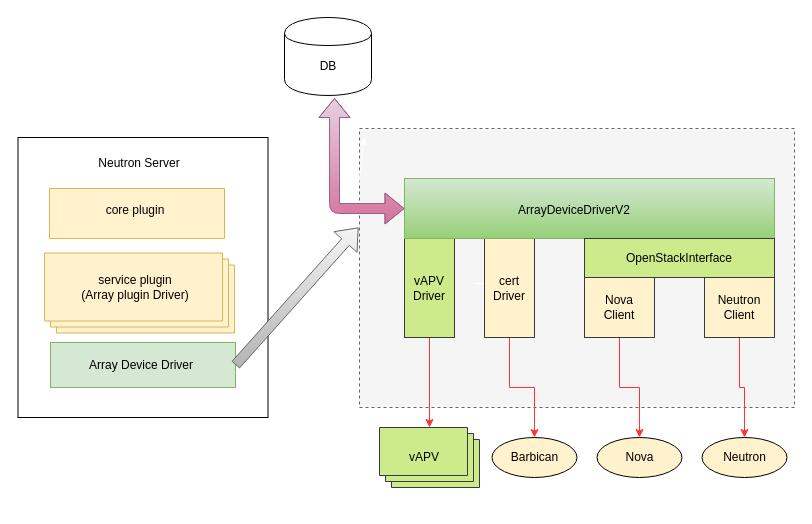
The draw.io diagram array_design.drawio in jarod-w/fordraw.io, before the edit. Source tidied: cells renumbered, new cells numbered last; positions are measured from the earlier drawing's top-left corner, leaving out a move shared by most shapes. Both pictures are drawn from the tidied source at 100%, with x=0, y=0 at pixel (18, 17).
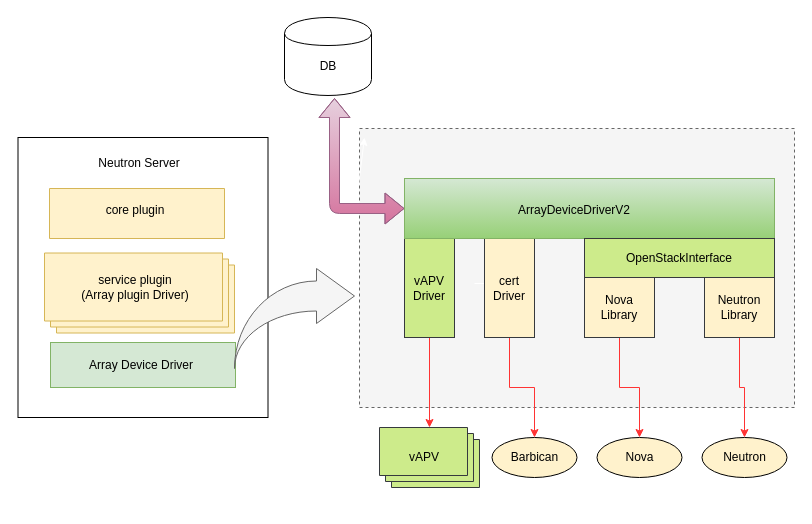
The same diagram, later.

Commit message:
Update array_design.drawio following jz's suggestion

The change refers to these unchanged cells:
```xml
<mxCell id="8" style="rounded=0;whiteSpace=wrap;html=1;fillColor=#d5e8d4;strokeColor=#82b366;" parent="1" vertex="1">
  <mxGeometry x="32" y="325" width="185" height="45" as="geometry" />
</mxCell>
```

The edit, as a diff of the source:
```diff
@@
-    <mxCell id="24" value="Nova&lt;br&gt;Client&lt;br&gt;" style="rounded=0;whiteSpace=wrap;html=1;fillColor=#FFF2CC;strokeColor=#36393d;" parent="1" vertex="1">
+    <mxCell id="24" value="Nova&lt;br&gt;Library&lt;br&gt;" style="rounded=0;whiteSpace=wrap;html=1;fillColor=#FFF2CC;strokeColor=#36393d;" parent="1" vertex="1">
       <mxGeometry x="566" y="260" width="70" height="60" as="geometry" />
     </mxCell>
@@
-    <mxCell id="26" value="Neutron&lt;br&gt;Client&lt;br&gt;" style="rounded=0;whiteSpace=wrap;html=1;fillColor=#FFF2CC;strokeColor=#36393d;" parent="1" vertex="1">
+    <mxCell id="26" value="Neutron&lt;br&gt;Library&lt;br&gt;" style="rounded=0;whiteSpace=wrap;html=1;fillColor=#FFF2CC;strokeColor=#36393d;" parent="1" vertex="1">
       <mxGeometry x="686" y="260" width="70" height="60" as="geometry" />
     </mxCell>
@@
-    <mxCell id="33" style="shape=flexArrow;endArrow=classic;html=1;exitX=1;exitY=0.5;exitDx=0;exitDy=0;gradientColor=#b3b3b3;fillColor=#f5f5f5;strokeColor=#666666;" parent="1" edge="1" source="8">
-      <mxGeometry relative="1" as="geometry">
-        <mxPoint x="340" y="210" as="targetPoint" />
-      </mxGeometry>
-    </mxCell>
+    <mxCell id="34" style="html=1;shadow=0;dashed=0;align=center;verticalAlign=middle;shape=mxgraph.arrows2.jumpInArrow;dy=15;dx=38;arrowHead=55;fillColor=#f5f5f5;strokeColor=#666666;fontColor=#333333;" parent="1" vertex="1">
+      <mxGeometry x="216" y="251" width="120" height="100" as="geometry" />
+    </mxCell>
```
